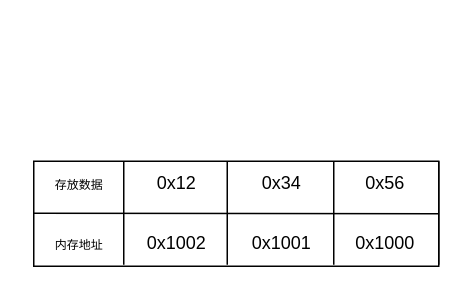
This is 小端.drawio from Sahala08/DrawIO_File, a draw.io file, before an edit. Source tidied: cells renumbered, new cells numbered last; positions are measured from the earlier drawing's top-left corner, leaving out a move shared by most shapes. Both pictures are drawn from the tidied source at 150%, with x=0, y=0 at pixel (26, 160).
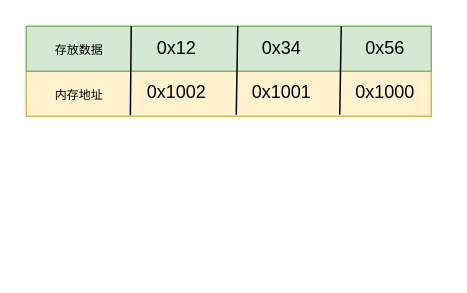
After the change.

Change to the diagram source:
```diff
@@
+    <mxCell id="16" style="rounded=0;whiteSpace=wrap;html=1;fillColor=#fff2cc;strokeColor=#d6b656;" parent="1" vertex="1">
+      <mxGeometry y="-60" width="270" height="30" as="geometry" />
+    </mxCell>
-    <mxCell id="2" style="rounded=0;whiteSpace=wrap;html=1;" parent="1" vertex="1">
-      <mxGeometry x="5" width="270" height="70" as="geometry" />
+    <mxCell id="2" style="rounded=0;whiteSpace=wrap;html=1;fillColor=#d5e8d4;strokeColor=#82b366;" parent="1" vertex="1">
+      <mxGeometry y="-90" width="270" height="30" as="geometry" />
     </mxCell>
-    <mxCell id="3" style="endArrow=none;html=1;rounded=0;entryX=0.117;entryY=0.01;entryDx=0;entryDy=0;entryPerimeter=0;" parent="1" edge="1">
-      <mxGeometry relative="1" as="geometry">
-        <mxPoint x="134" y="69" as="sourcePoint" />
-        <mxPoint x="134" as="targetPoint" />
-      </mxGeometry>
-    </mxCell>
-    <mxCell id="4" style="endArrow=none;html=1;rounded=0;entryX=0.117;entryY=0.01;entryDx=0;entryDy=0;entryPerimeter=0;" parent="1" edge="1">
-      <mxGeometry relative="1" as="geometry">
-        <mxPoint x="205" y="69" as="sourcePoint" />
-        <mxPoint x="205" as="targetPoint" />
-      </mxGeometry>
-    </mxCell>
-    <mxCell id="5" style="endArrow=none;html=1;rounded=0;entryX=0.117;entryY=0.01;entryDx=0;entryDy=0;entryPerimeter=0;" parent="1" edge="1">
-      <mxGeometry relative="1" as="geometry">
-        <mxPoint x="275" y="69" as="sourcePoint" />
-        <mxPoint x="275" as="targetPoint" />
-      </mxGeometry>
-    </mxCell>
-    <mxCell id="6" style="endArrow=none;html=1;rounded=0;entryX=1;entryY=0.5;entryDx=0;entryDy=0;" parent="1" edge="1" target="2">
-      <mxGeometry relative="1" as="geometry">
-        <mxPoint x="5" y="34.7" as="sourcePoint" />
-      </mxGeometry>
-    </mxCell>
-    <mxCell id="7" style="endArrow=none;html=1;rounded=0;entryX=0.117;entryY=0.01;entryDx=0;entryDy=0;entryPerimeter=0;" parent="1" edge="1">
-      <mxGeometry relative="1" as="geometry">
-        <mxPoint x="65" y="69" as="sourcePoint" />
-        <mxPoint x="65" as="targetPoint" />
-      </mxGeometry>
-    </mxCell>
     <mxCell id="8" value="&lt;font style=&quot;font-size: 8px;&quot;&gt;存放数据&lt;/font&gt;" style="text;html=1;align=center;verticalAlign=middle;strokeColor=none;fillColor=none;" parent="1" vertex="1">
-      <mxGeometry width="70" height="30" as="geometry" />
+      <mxGeometry y="-90" width="70" height="30" as="geometry" />
     </mxCell>
     <mxCell id="9" value="&lt;font style=&quot;font-size: 8px;&quot;&gt;内存地址&lt;/font&gt;" style="text;html=1;align=center;verticalAlign=middle;strokeColor=none;fillColor=none;" parent="1" vertex="1">
-      <mxGeometry y="40" width="70" height="30" as="geometry" />
+      <mxGeometry y="-60" width="70" height="30" as="geometry" />
     </mxCell>
     <mxCell id="10" value="0x12" style="text;html=1;align=center;verticalAlign=middle;strokeColor=none;fillColor=none;" parent="1" vertex="1">
-      <mxGeometry x="75" width="50" height="30" as="geometry" />
+      <mxGeometry x="75" y="-90" width="50" height="30" as="geometry" />
     </mxCell>
     <mxCell id="11" value="0x1002" style="text;html=1;align=center;verticalAlign=middle;points=[];strokeColor=none;fillColor=none;" parent="1" vertex="1">
-      <mxGeometry x="70" y="40" width="60" height="30" as="geometry" />
+      <mxGeometry x="70" y="-61" width="60" height="30" as="geometry" />
     </mxCell>
     <mxCell id="12" value="0x1001" style="text;html=1;align=center;verticalAlign=middle;strokeColor=none;fillColor=none;" parent="1" vertex="1">
-      <mxGeometry x="140" y="40" width="60" height="30" as="geometry" />
+      <mxGeometry x="140" y="-61" width="60" height="30" as="geometry" />
     </mxCell>
     <mxCell id="13" value="0x1000" style="text;html=1;align=center;verticalAlign=middle;strokeColor=none;fillColor=none;" parent="1" vertex="1">
-      <mxGeometry x="209" y="40" width="60" height="30" as="geometry" />
+      <mxGeometry x="209" y="-61" width="60" height="30" as="geometry" />
     </mxCell>
     <mxCell id="14" value="0x34" style="text;html=1;align=center;verticalAlign=middle;strokeColor=none;fillColor=none;" parent="1" vertex="1">
-      <mxGeometry x="145" width="50" height="30" as="geometry" />
+      <mxGeometry x="145" y="-90" width="50" height="30" as="geometry" />
     </mxCell>
     <mxCell id="15" value="0x56" style="text;html=1;align=center;verticalAlign=middle;strokeColor=none;fillColor=none;" parent="1" vertex="1">
-      <mxGeometry x="214" width="50" height="30" as="geometry" />
+      <mxGeometry x="214" y="-90" width="50" height="30" as="geometry" />
     </mxCell>
+    <mxCell id="17" style="endArrow=none;html=1;rounded=0;exitX=-0.01;exitY=1.01;exitDx=0;exitDy=0;exitPerimeter=0;" parent="1" edge="1" source="11">
+      <mxGeometry relative="1" as="geometry">
+        <mxPoint x="70" y="-90" as="targetPoint" />
+      </mxGeometry>
+    </mxCell>
+    <mxCell id="18" style="endArrow=none;html=1;rounded=0;exitX=-0.01;exitY=1.01;exitDx=0;exitDy=0;exitPerimeter=0;" parent="1" edge="1">
+      <mxGeometry relative="1" as="geometry">
+        <mxPoint x="140" y="-31" as="sourcePoint" />
+        <mxPoint x="141" y="-90" as="targetPoint" />
+      </mxGeometry>
+    </mxCell>
+    <mxCell id="19" style="endArrow=none;html=1;rounded=0;exitX=-0.01;exitY=1.01;exitDx=0;exitDy=0;exitPerimeter=0;" parent="1" edge="1">
+      <mxGeometry relative="1" as="geometry">
+        <mxPoint x="209" y="-31" as="sourcePoint" />
+        <mxPoint x="210" y="-90" as="targetPoint" />
+      </mxGeometry>
+    </mxCell>
```
